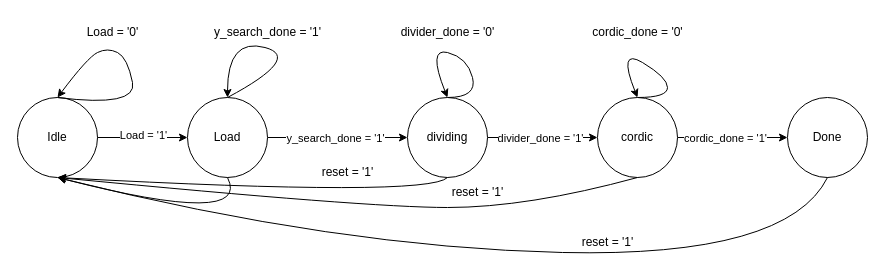
This is Charts/General FSM.drawio from LuthfiSyahputra/CORDIC, a draw.io file, before an edit. Source tidied: cells renumbered, new cells numbered last; positions are measured from the earlier drawing's top-left corner, leaving out a move shared by most shapes. Both pictures are drawn from the tidied source at 100%, with x=0, y=0 at pixel (17, 17).
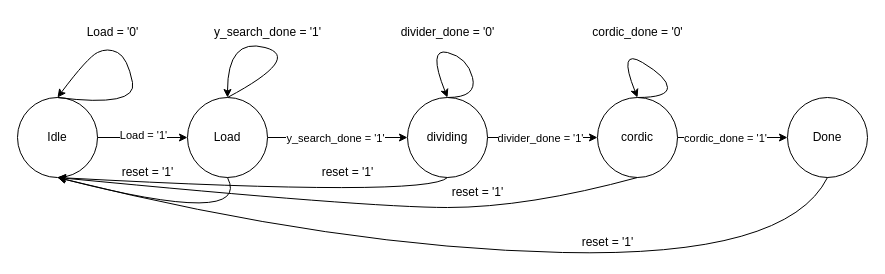
Above is the later version.

Change to the diagram source:
```diff
@@
+    <mxCell id="30" value="reset = '1'" style="text;html=1;align=center;verticalAlign=middle;strokeColor=none;fillColor=none;" parent="1" vertex="1">
+      <mxGeometry x="90" y="140" width="80" height="30" as="geometry" />
+    </mxCell>
```
